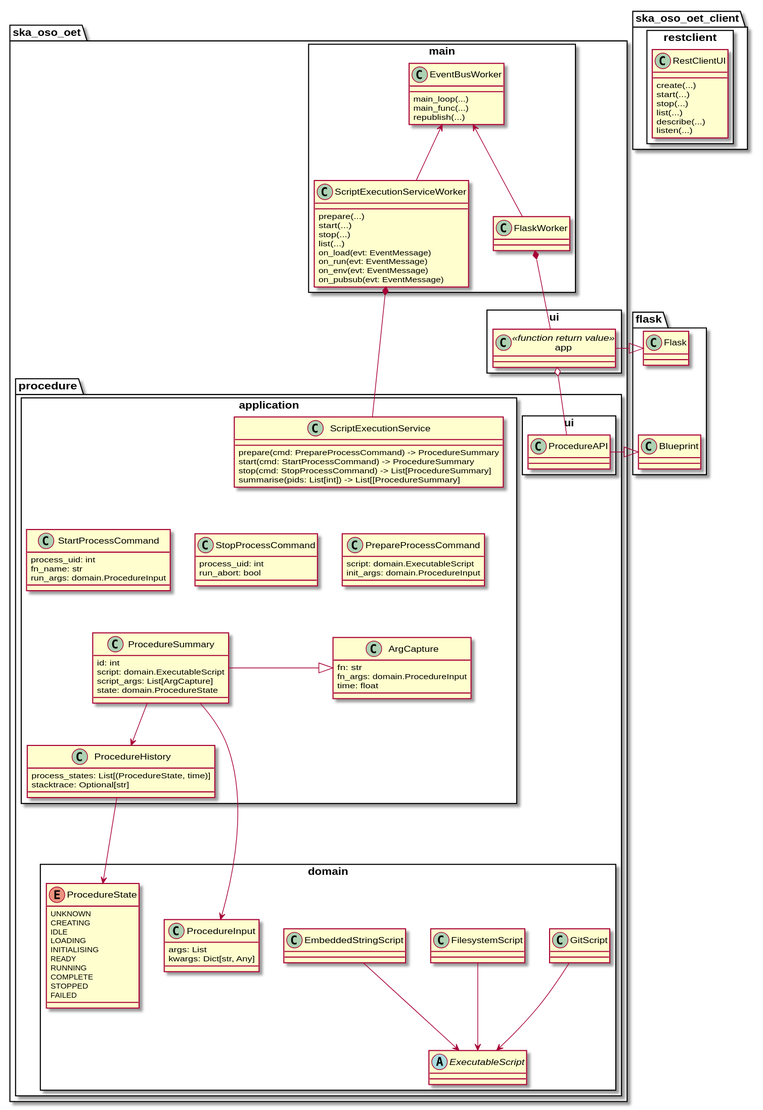
The PlantUML diagram docs/src/diagrams/export/backend_module_execution_primary.svg in ska-telescope/observation-execution-tool, before a commit.
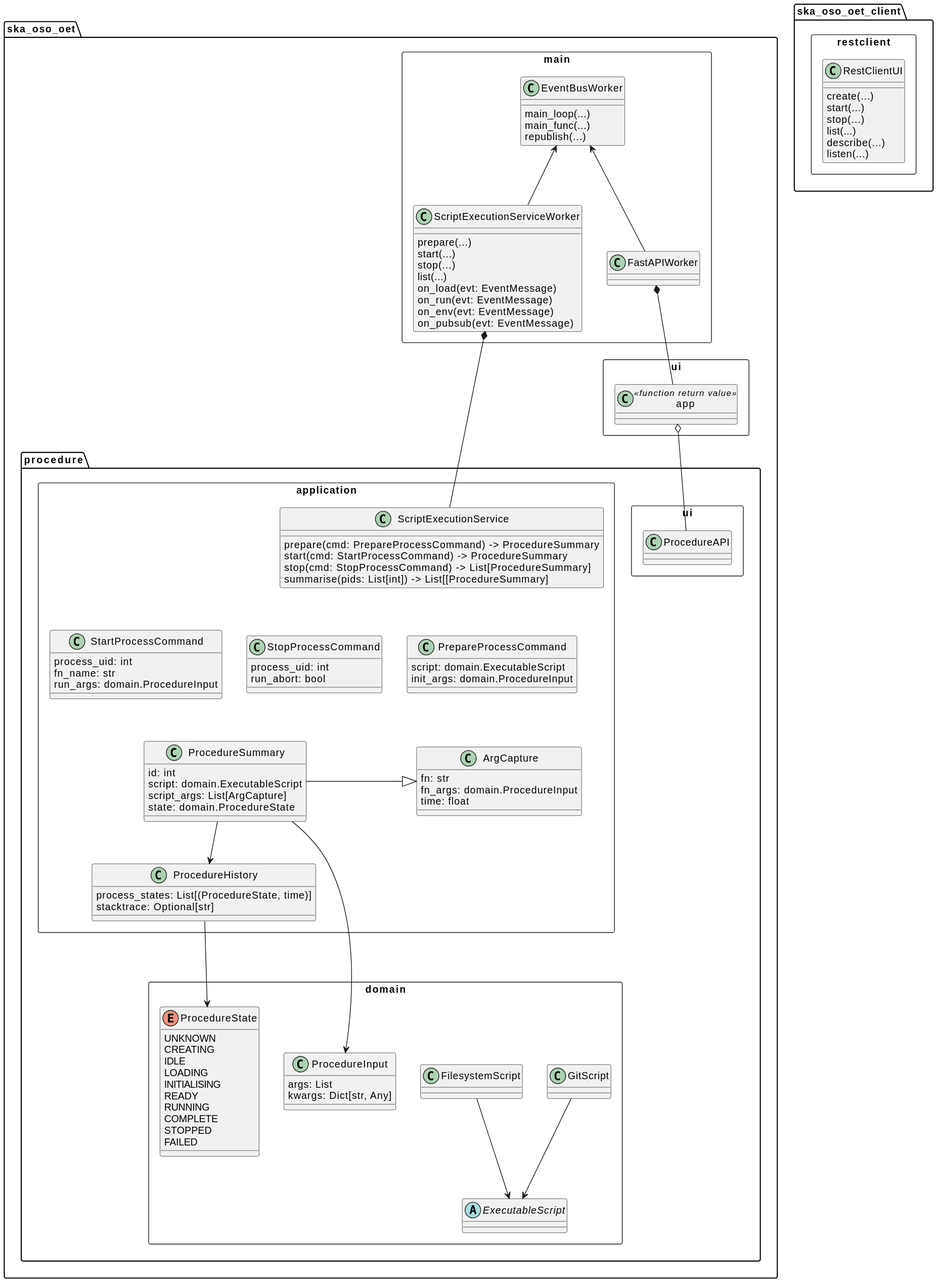
Above is the later version.

Diff of the diagram source:
```diff
@@ -27,7 +27,7 @@
             on_pubsub(evt: EventMessage)
         }
 
-        class FlaskWorker {
+        class FastAPIWorker {
         }
 
         class EventBusWorker {
@@ -37,7 +37,7 @@
         }
 
         ScriptExecutionServiceWorker -up-> EventBusWorker
-        FlaskWorker -up-> EventBusWorker
+        FastAPIWorker -up-> EventBusWorker
     }
 
     package ui <<Rectangle>> {
@@ -97,17 +97,15 @@
             PrepareProcessCommand -up[hidden]- StartProcessCommand
             StartProcessCommand -up[hidden]- StopProcessCommand
         }
-        FlaskWorker *-- app
+        FastAPIWorker *-- app
         ScriptExecutionServiceWorker *-- ScriptExecutionService
 
         package domain <<Rectangle>> {
             abstract class ExecutableScript
             class GitScript
             class FilesystemScript
-            class EmbeddedStringScript
             GitScript --> ExecutableScript
             FilesystemScript --> ExecutableScript
-            EmbeddedStringScript --> ExecutableScript
 
             enum ProcedureState {
                 UNKNOWN
@@ -133,14 +131,6 @@
 
 }
 
-package flask {
-    class Flask
-    class Blueprint
-}
-
-app -|> Flask
-ProcedureAPI -|> Blueprint
-Blueprint -up[hidden]- Flask
 
 PrepareProcessCommand -right[hidden] StartProcessCommand
 StartProcessCommand -right[hidden] StopProcessCommand
```
